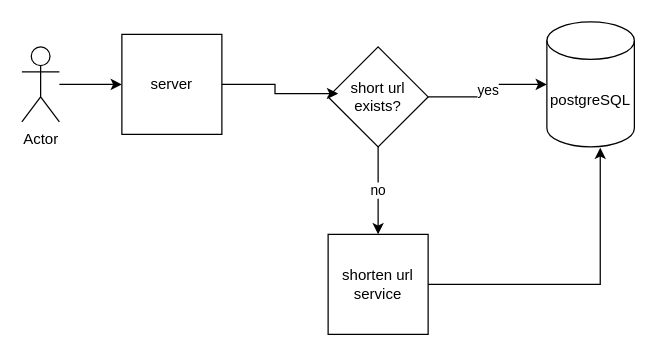
hadarevro/exercise keeps this draw.io diagram as shortenService.drawio. Above is the earlier version. Source tidied: cells renumbered, new cells numbered last; positions are measured from the earlier drawing's top-left corner, leaving out a move shared by most shapes. Both pictures are drawn from the tidied source at 125%, with x=0, y=0 at pixel (21, 21).
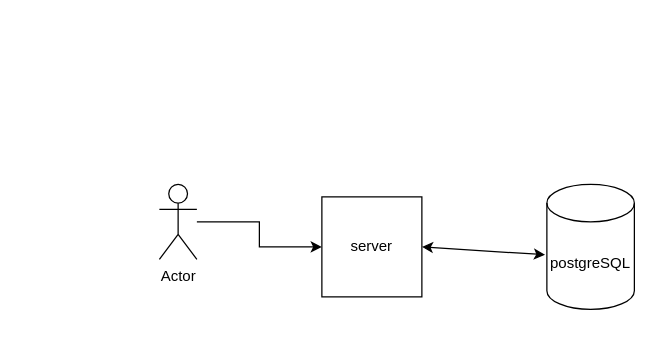
The same page after the edit.

The edit, as a diff of the source:
```diff
@@
 <mxGraphModel>
   <root>
     <mxCell id="0" />
     <mxCell id="1" parent="0" />
     <mxCell id="2" style="edgeStyle=orthogonalEdgeStyle;rounded=0;jettySize=auto;html=1;" parent="1" edge="1" source="3" target="4">
       <mxGeometry relative="1" as="geometry" />
     </mxCell>
     <mxCell id="3" value="Actor" style="shape=umlActor;verticalLabelPosition=bottom;verticalAlign=top;html=1;outlineConnect=0;" parent="1" vertex="1">
-      <mxGeometry y="20" width="30" height="60" as="geometry" />
+      <mxGeometry x="110" y="130" width="30" height="60" as="geometry" />
     </mxCell>
     <mxCell id="4" value="server" style="whiteSpace=wrap;html=1;" parent="1" vertex="1">
-      <mxGeometry x="80" y="10" width="80" height="80" as="geometry" />
+      <mxGeometry x="240" y="140" width="80" height="80" as="geometry" />
     </mxCell>
     <mxCell id="5" value="postgreSQL" style="shape=cylinder3;whiteSpace=wrap;html=1;boundedLbl=1;backgroundOutline=1;size=15;" parent="1" vertex="1">
-      <mxGeometry x="420" width="70" height="100" as="geometry" />
+      <mxGeometry x="420" y="130" width="70" height="100" as="geometry" />
     </mxCell>
-    <mxCell id="6" value="yes" style="edgeStyle=orthogonalEdgeStyle;rounded=0;jettySize=auto;html=1;exitX=1;exitY=0.5;exitDx=0;exitDy=0;" parent="1" edge="1" source="8" target="5">
-      <mxGeometry relative="1" as="geometry" />
-    </mxCell>
-    <mxCell id="7" value="no" style="edgeStyle=orthogonalEdgeStyle;rounded=0;jettySize=auto;html=1;exitX=0.5;exitY=1;exitDx=0;exitDy=0;" parent="1" edge="1" source="8" target="10">
-      <mxGeometry relative="1" as="geometry" />
-    </mxCell>
-    <mxCell id="8" value="short url exists?" style="rhombus;whiteSpace=wrap;html=1;" parent="1" vertex="1">
-      <mxGeometry x="245" y="20" width="80" height="80" as="geometry" />
-    </mxCell>
-    <mxCell id="9" style="edgeStyle=orthogonalEdgeStyle;rounded=0;jettySize=auto;html=1;exitX=1;exitY=0.5;exitDx=0;exitDy=0;entryX=0.1;entryY=0.467;entryDx=0;entryDy=0;entryPerimeter=0;" parent="1" edge="1" source="4" target="8">
-      <mxGeometry relative="1" as="geometry" />
-    </mxCell>
-    <mxCell id="10" value="shorten url service" style="whiteSpace=wrap;html=1;" parent="1" vertex="1">
-      <mxGeometry x="245" y="170" width="80" height="80" as="geometry" />
-    </mxCell>
-    <mxCell id="11" style="edgeStyle=orthogonalEdgeStyle;rounded=0;jettySize=auto;html=1;exitX=1;exitY=0.5;exitDx=0;exitDy=0;entryX=0.61;entryY=1.007;entryDx=0;entryDy=0;entryPerimeter=0;" parent="1" edge="1" source="10" target="5">
-      <mxGeometry relative="1" as="geometry" />
-    </mxCell>
+    <mxCell id="12" style="endArrow=classic;startArrow=classic;html=1;rounded=0;exitX=1;exitY=0.5;exitDx=0;exitDy=0;entryX=-0.021;entryY=0.563;entryDx=0;entryDy=0;entryPerimeter=0;" parent="1" edge="1" source="4" target="5">
+      <mxGeometry relative="1" as="geometry" />
+    </mxCell>
   </root>
 </mxGraphModel>
```
